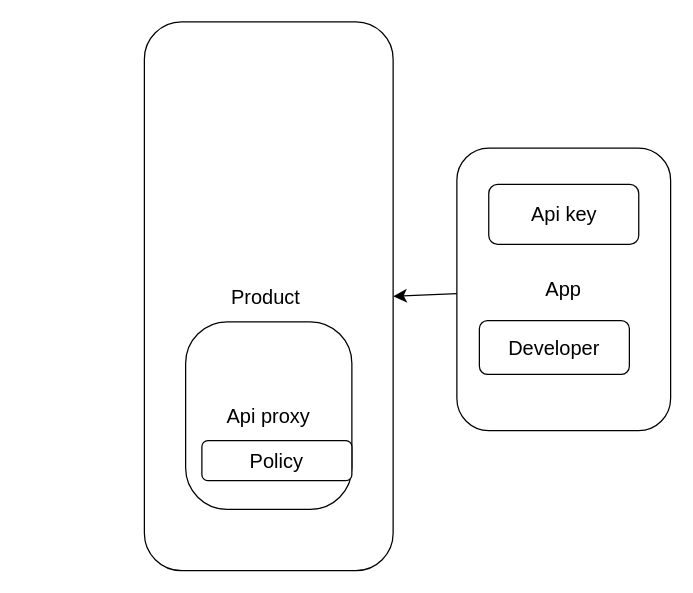
msyadid/HelloWorld keeps this draw.io diagram as Apigee.drawio. Above is the earlier version. Source tidied: cells renumbered, new cells numbered last; positions are measured from the earlier drawing's top-left corner, leaving out a move shared by most shapes. Both pictures are drawn from the tidied source at 125%, with x=0, y=0 at pixel (144, 21).
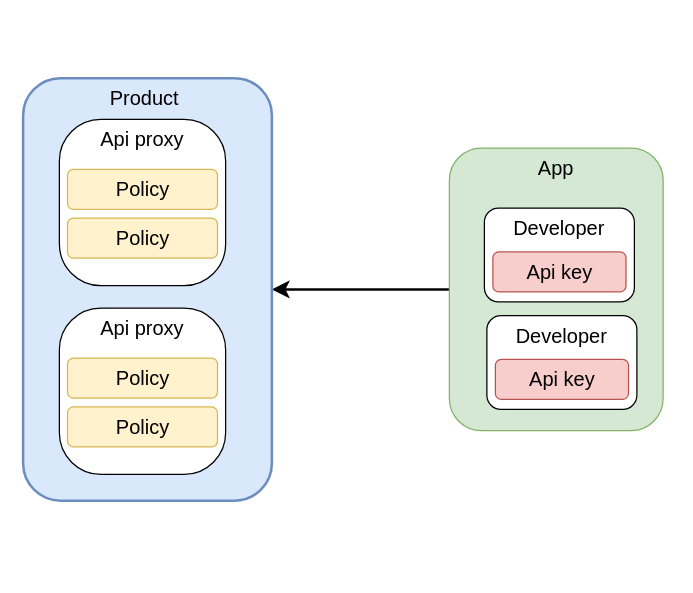
After the change.

The edit, as a diff of the source:
```diff
@@
 <mxGraphModel>
   <root>
     <mxCell id="0" />
     <mxCell id="1" parent="0" />
-    <mxCell id="2" style="edgeStyle=none;curved=1;rounded=0;jettySize=auto;html=1;entryX=1;entryY=0.5;entryDx=0;entryDy=0;fontSize=12;startSize=8;endSize=8;" parent="1" edge="1" source="3" target="4">
+    <mxCell id="2" style="edgeStyle=none;rounded=1;jettySize=auto;html=1;entryX=1;entryY=0.5;entryDx=0;entryDy=0;fontSize=12;startSize=8;endSize=8;strokeWidth=2;" parent="1" edge="1" source="3" target="4">
       <mxGeometry relative="1" as="geometry" />
     </mxCell>
-    <mxCell id="3" value="App" style="rounded=1;whiteSpace=wrap;html=1;fontSize=16;" parent="1" vertex="1">
-      <mxGeometry x="250" y="101" width="171" height="226" as="geometry" />
+    <mxCell id="3" value="App" style="rounded=1;whiteSpace=wrap;html=1;fontSize=16;verticalAlign=top;fillColor=#d5e8d4;strokeColor=#82b366;" parent="1" vertex="1">
+      <mxGeometry x="244" y="101" width="171" height="226" as="geometry" />
     </mxCell>
-    <mxCell id="4" value="Product&amp;nbsp;" style="rounded=1;whiteSpace=wrap;html=1;fontSize=16;" parent="1" vertex="1">
-      <mxGeometry width="199" height="439" as="geometry" />
+    <mxCell id="4" value="Product&amp;nbsp;" style="rounded=1;whiteSpace=wrap;html=1;fontSize=16;verticalAlign=top;fillColor=#dae8fc;strokeColor=#6c8ebf;strokeWidth=2;" parent="1" vertex="1">
+      <mxGeometry x="-97" y="45" width="199" height="338" as="geometry" />
     </mxCell>
-    <mxCell id="5" value="Api proxy" style="rounded=1;whiteSpace=wrap;html=1;fontSize=16;arcSize=25;" parent="1" vertex="1">
-      <mxGeometry x="33" y="240" width="133" height="150" as="geometry" />
-    </mxCell>
+    <mxCell id="9" style="group;" parent="1" vertex="1">
+      <mxGeometry x="272" y="149" width="120" height="75" as="geometry" />
+    </mxCell>
-    <mxCell id="6" value="Developer" style="rounded=1;whiteSpace=wrap;html=1;fontSize=16;" parent="1" vertex="1">
-      <mxGeometry x="268" y="239" width="120" height="43" as="geometry" />
+    <mxCell id="6" value="Developer" style="rounded=1;whiteSpace=wrap;html=1;fontSize=16;verticalAlign=top;" parent="9" vertex="1">
+      <mxGeometry width="120" height="75" as="geometry" />
     </mxCell>
-    <mxCell id="7" value="Api key" style="rounded=1;whiteSpace=wrap;html=1;fontSize=16;" parent="1" vertex="1">
-      <mxGeometry x="275.5" y="130" width="120" height="48" as="geometry" />
+    <mxCell id="7" value="Api key" style="rounded=1;whiteSpace=wrap;html=1;fontSize=16;fillColor=#f8cecc;strokeColor=#b85450;" parent="9" vertex="1">
+      <mxGeometry x="6.8" y="35" width="106.5" height="32" as="geometry" />
     </mxCell>
+    <mxCell id="10" style="group;" parent="1" vertex="1">
+      <mxGeometry x="274" y="235" width="120" height="75" as="geometry" />
+    </mxCell>
+    <mxCell id="11" value="Developer" style="rounded=1;whiteSpace=wrap;html=1;fontSize=16;verticalAlign=top;" parent="10" vertex="1">
+      <mxGeometry width="120" height="75" as="geometry" />
+    </mxCell>
+    <mxCell id="12" value="Api key" style="rounded=1;whiteSpace=wrap;html=1;fontSize=16;fillColor=#f8cecc;strokeColor=#b85450;" parent="10" vertex="1">
+      <mxGeometry x="6.8" y="35" width="106.5" height="32" as="geometry" />
+    </mxCell>
+    <mxCell id="13" style="group;rounded=1;" parent="1" vertex="1">
+      <mxGeometry x="-68" y="78" width="133" height="133" as="geometry" />
+    </mxCell>
+    <mxCell id="5" value="Api proxy" style="rounded=1;whiteSpace=wrap;html=1;fontSize=16;arcSize=25;verticalAlign=top;" parent="13" vertex="1">
+      <mxGeometry width="133" height="133" as="geometry" />
+    </mxCell>
-    <mxCell id="8" value="Policy" style="rounded=1;whiteSpace=wrap;html=1;fontSize=16;" parent="1" vertex="1">
-      <mxGeometry x="46" y="335" width="120" height="32" as="geometry" />
+    <mxCell id="8" value="Policy" style="rounded=1;whiteSpace=wrap;html=1;fontSize=16;fillColor=#fff2cc;strokeColor=#d6b656;" parent="13" vertex="1">
+      <mxGeometry x="6.5" y="40" width="120" height="32" as="geometry" />
     </mxCell>
+    <mxCell id="14" value="Policy" style="rounded=1;whiteSpace=wrap;html=1;fontSize=16;fillColor=#fff2cc;strokeColor=#d6b656;" parent="13" vertex="1">
+      <mxGeometry x="6.5" y="79" width="120" height="32" as="geometry" />
+    </mxCell>
+    <mxCell id="15" style="group;" parent="1" vertex="1">
+      <mxGeometry x="-68" y="229" width="133" height="133" as="geometry" />
+    </mxCell>
+    <mxCell id="16" value="Api proxy" style="rounded=1;whiteSpace=wrap;html=1;fontSize=16;arcSize=25;verticalAlign=top;" parent="15" vertex="1">
+      <mxGeometry width="133" height="133" as="geometry" />
+    </mxCell>
+    <mxCell id="17" value="Policy" style="rounded=1;whiteSpace=wrap;html=1;fontSize=16;fillColor=#fff2cc;strokeColor=#d6b656;" parent="15" vertex="1">
+      <mxGeometry x="6.5" y="40" width="120" height="32" as="geometry" />
+    </mxCell>
+    <mxCell id="18" value="Policy" style="rounded=1;whiteSpace=wrap;html=1;fontSize=16;fillColor=#fff2cc;strokeColor=#d6b656;" parent="15" vertex="1">
+      <mxGeometry x="6.5" y="79" width="120" height="32" as="geometry" />
+    </mxCell>
   </root>
 </mxGraphModel>
```
